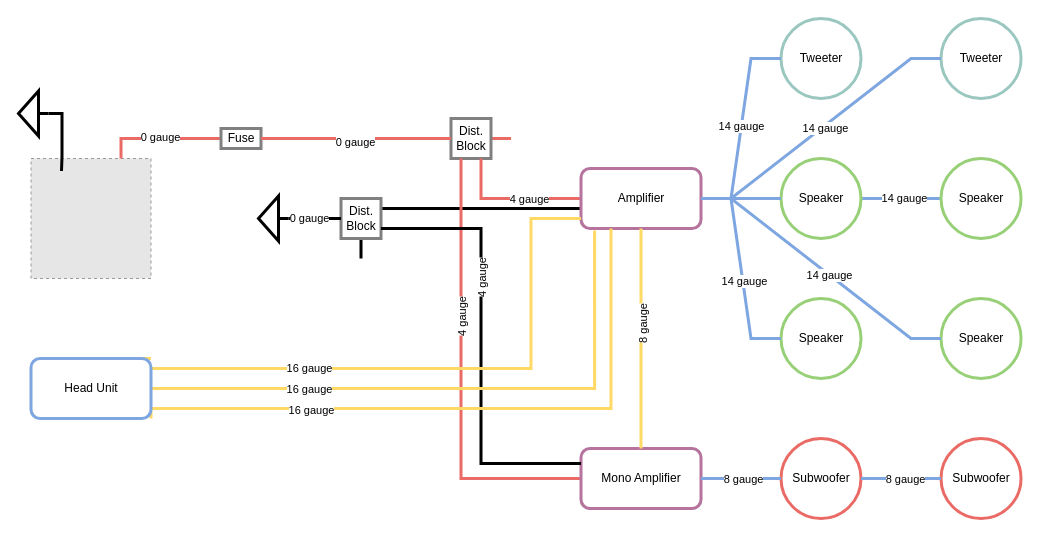
Earlier version of the draw.io diagram Kia Optima Stereo.drawio (nicholasleblanc/diagrams). Source tidied: cells renumbered, new cells numbered last; positions are measured from the earlier drawing's top-left corner, leaving out a move shared by most shapes. Both pictures are drawn from the tidied source at 100%, with x=0, y=0 at pixel (10, 18). Pictures stored in the file or linked from it are replaced by grey dashed boxes.
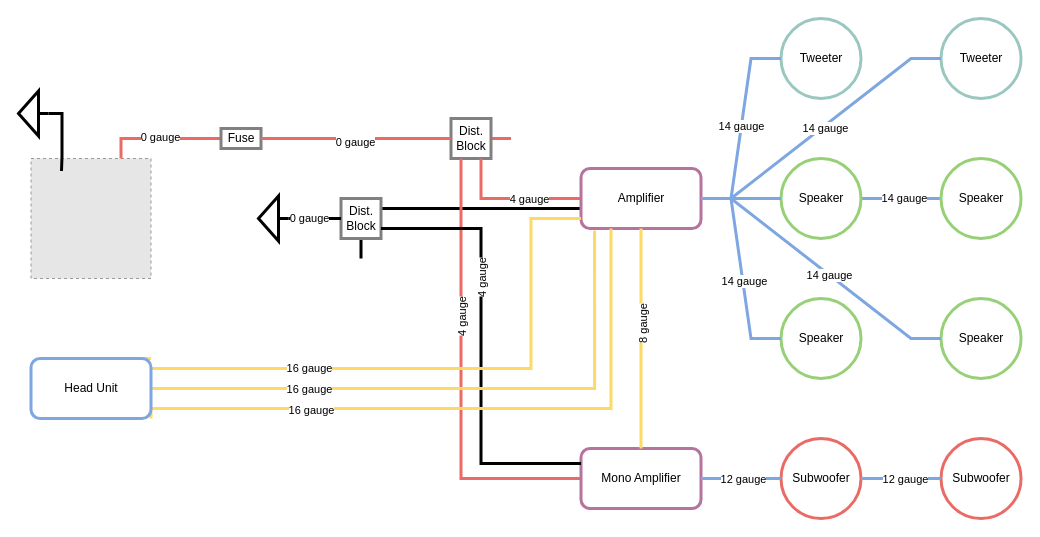
Above is the later version.

Unchanged cells that the change refers to:
```xml
<mxCell id="34" style="edgeStyle=entityRelationEdgeStyle;rounded=0;jettySize=auto;html=1;entryX=0;entryY=0.5;entryDx=0;entryDy=0;endArrow=none;endFill=0;strokeColor=#7EA6E0;strokeWidth=3;" parent="1" edge="1" source="32" target="33">
  <mxGeometry relative="1" as="geometry" />
</mxCell>
<mxCell id="51" style="endArrow=none;html=1;rounded=0;exitX=1;exitY=0.5;exitDx=0;exitDy=0;entryX=0;entryY=0.5;entryDx=0;entryDy=0;strokeColor=#7EA6E0;strokeWidth=3;edgeStyle=entityRelationEdgeStyle;" parent="1" edge="1" source="20" target="32">
  <mxGeometry relative="1" as="geometry" />
</mxCell>
```

Change to the diagram source:
```diff
@@
-    <mxCell id="35" value="8 gauge" style="edgeLabel;html=1;align=center;verticalAlign=middle;" parent="34" vertex="1">
+    <mxCell id="35" value="12 gauge" style="edgeLabel;html=1;align=center;verticalAlign=middle;" parent="34" vertex="1">
       <mxGeometry x="0.09" relative="1" as="geometry" />
     </mxCell>
@@
-    <mxCell id="52" value="8 gauge" style="edgeLabel;html=1;align=center;verticalAlign=middle;" parent="51" vertex="1">
+    <mxCell id="52" value="12 gauge" style="edgeLabel;html=1;align=center;verticalAlign=middle;" parent="51" vertex="1">
       <mxGeometry x="0.04" relative="1" as="geometry" />
     </mxCell>
```
